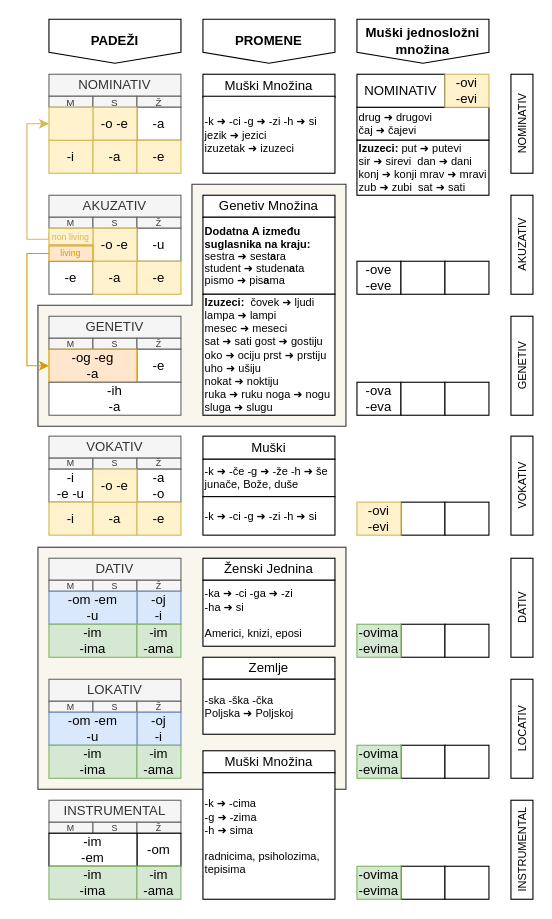
Before: padezi.drawio in vlandivir/srpski, a draw.io diagram. Source tidied: cells renumbered, new cells numbered last; positions are measured from the earlier drawing's top-left corner, leaving out a move shared by most shapes. Both pictures are drawn from the tidied source at 110%, with x=0, y=0 at pixel (26, 19).
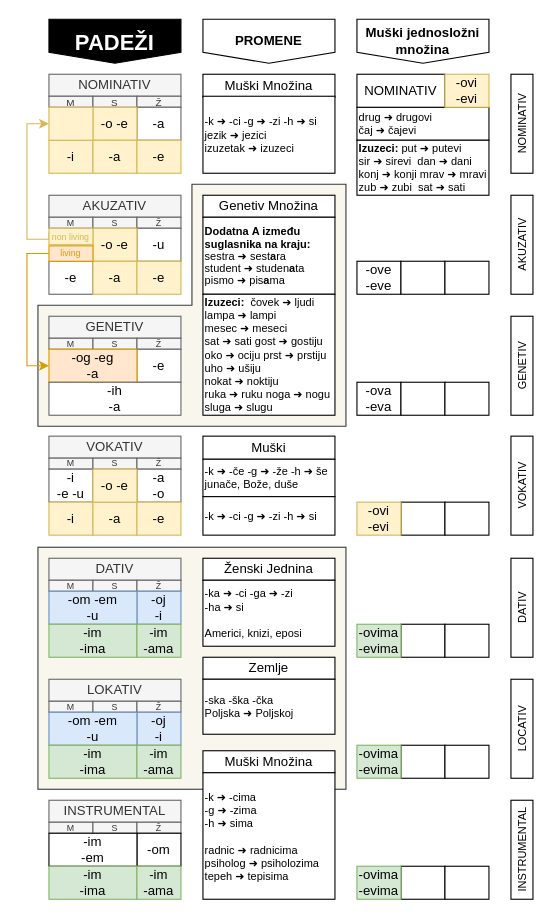
Above is the later version.

What changed in the source:
```diff
@@
-    <mxCell id="89" value="-k&amp;nbsp;➜ -ci -g&amp;nbsp;➜ -zi -h&amp;nbsp;➜ si&lt;br style=&quot;font-size: 10px;&quot;&gt;jezik ➜ jezici&lt;br&gt;izuzetak ➜ izuzeci" style="rounded=0;whiteSpace=wrap;html=1;align=left;fontSize=10;" parent="1" vertex="1">
+    <mxCell id="89" value="-k&amp;nbsp;➜ -ci -g&amp;nbsp;&lt;font style=&quot;font-size: 10px;&quot;&gt;➜&lt;/font&gt; -zi -h&amp;nbsp;➜ si&lt;br style=&quot;font-size: 10px;&quot;&gt;jezik ➜ jezici&lt;br&gt;izuzetak ➜ izuzeci" style="rounded=0;whiteSpace=wrap;html=1;align=left;fontSize=10;" parent="1" vertex="1">
       <mxGeometry x="160" y="70" width="120" height="70" as="geometry" />
     </mxCell>
@@
-    <mxCell id="95" value="-k ➜ -cima &lt;br&gt;-g ➜ -zima &lt;br&gt;-h ➜ sima&lt;br&gt;&lt;br&gt;radnicima, psiholozima, tepisima" style="rounded=0;whiteSpace=wrap;html=1;align=left;fontSize=10;" parent="1" vertex="1">
+    <mxCell id="95" value="-k ➜ -cima &lt;br&gt;-g ➜ -zima &lt;br&gt;-h ➜ sima&lt;br&gt;&lt;br&gt;radnic ➜ radnicima&lt;br&gt;psiholog ➜ psiholozima&lt;br&gt;tepeh ➜ tepisima" style="rounded=0;whiteSpace=wrap;html=1;align=left;fontSize=10;" parent="1" vertex="1">
       <mxGeometry x="160" y="685" width="120" height="115" as="geometry" />
     </mxCell>
@@
-    <mxCell id="100" value="PADEŽI" style="shape=offPageConnector;whiteSpace=wrap;html=1;size=0.25;fontStyle=1;" parent="1" vertex="1">
+    <mxCell id="100" value="PADEŽI" style="shape=offPageConnector;whiteSpace=wrap;html=1;size=0.25;fontStyle=1;fontSize=20;fillColor=#000000;strokeColor=#000000;fontColor=#FFFFFF;" parent="1" vertex="1">
       <mxGeometry x="20" width="120" height="40" as="geometry" />
     </mxCell>
```
